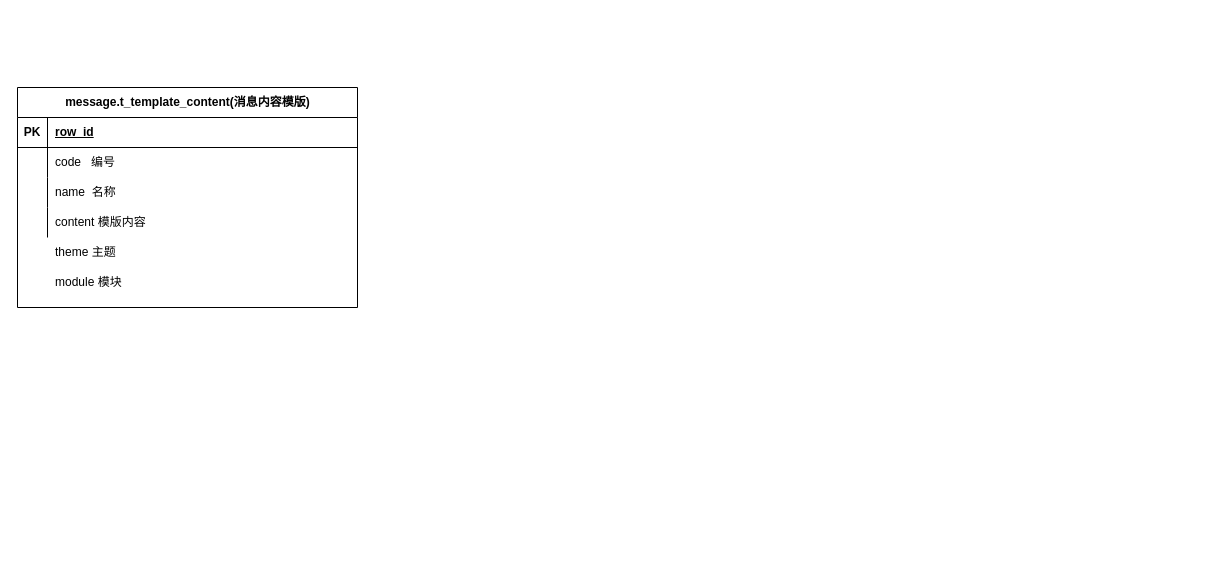
Earlier version of the draw.io diagram page "第 16 页" (16 of 16) of Untitled Diagram.drawio (JnCaoxia/java-learn). Source tidied: cells renumbered, new cells numbered last; positions are measured from the earlier drawing's top-left corner, leaving out a move shared by most shapes. Both pictures are drawn from the tidied source at 100%, with x=0, y=0 at pixel (17, 87).
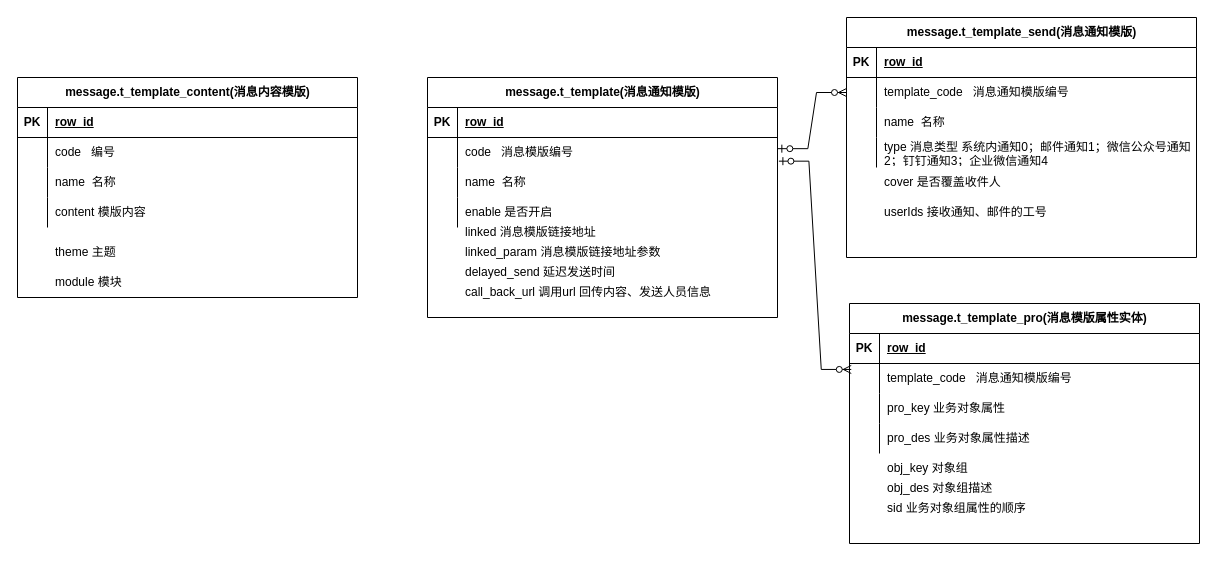
Above is the later version.

What changed in the source:
```diff
@@
     <mxCell id="2" value="message.t_template_content(消息内容模版)" style="shape=table;startSize=30;childLayout=tableLayout;rowLines=0;fontStyle=1;align=center;html=1;" parent="1" vertex="1">
-      <mxGeometry width="340" height="220" as="geometry" />
+      <mxGeometry y="-10" width="340" height="220" as="geometry" />
     </mxCell>
@@
+    <mxCell id="17" value="message.t_template(消息通知模版)" style="shape=table;startSize=30;childLayout=tableLayout;rowLines=0;fontStyle=1;align=center;html=1;" parent="1" vertex="1">
+      <mxGeometry x="410" y="-10" width="350" height="240" as="geometry" />
+    </mxCell>
+    <mxCell id="18" style="shape=tableRow;horizontal=0;startSize=0;swimlaneHead=0;swimlaneBody=0;fillColor=none;top=0;left=0;right=0;bottom=1;" parent="17" vertex="1">
+      <mxGeometry y="30" width="350" height="30" as="geometry" />
+    </mxCell>
+    <mxCell id="19" value="PK" style="shape=partialRectangle;fillColor=none;top=0;left=0;bottom=0;right=0;fontStyle=1;overflow=hidden;whiteSpace=wrap;html=1;" parent="18" vertex="1">
+      <mxGeometry width="30" height="30" as="geometry" />
+    </mxCell>
+    <mxCell id="20" value="row_id" style="shape=partialRectangle;fillColor=none;top=0;left=0;bottom=0;right=0;align=left;spacingLeft=6;fontStyle=5;overflow=hidden;whiteSpace=wrap;html=1;" parent="18" vertex="1">
+      <mxGeometry x="30" width="320" height="30" as="geometry" />
+    </mxCell>
+    <mxCell id="21" style="shape=tableRow;horizontal=0;startSize=0;swimlaneHead=0;swimlaneBody=0;fillColor=none;points=[[0,0.5],[1,0.5]];portConstraint=eastwest;top=0;left=0;right=0;bottom=0;" parent="17" vertex="1">
+      <mxGeometry y="60" width="350" height="30" as="geometry" />
+    </mxCell>
+    <mxCell id="22" style="shape=partialRectangle;fillColor=none;top=0;left=0;bottom=0;right=0;overflow=hidden;whiteSpace=wrap;html=1;" parent="21" vertex="1">
+      <mxGeometry width="30" height="30" as="geometry" />
+    </mxCell>
+    <mxCell id="23" value="code&amp;nbsp; &amp;nbsp;消息模版编号" style="shape=partialRectangle;fillColor=none;top=0;left=0;bottom=0;right=0;align=left;spacingLeft=6;overflow=hidden;whiteSpace=wrap;html=1;" parent="21" vertex="1">
+      <mxGeometry x="30" width="320" height="30" as="geometry" />
+    </mxCell>
+    <mxCell id="24" style="shape=tableRow;horizontal=0;startSize=0;swimlaneHead=0;swimlaneBody=0;fillColor=none;top=0;left=0;right=0;bottom=0;" parent="17" vertex="1">
+      <mxGeometry y="90" width="350" height="30" as="geometry" />
+    </mxCell>
+    <mxCell id="25" style="shape=partialRectangle;fillColor=none;top=0;left=0;bottom=0;right=0;overflow=hidden;whiteSpace=wrap;html=1;" parent="24" vertex="1">
+      <mxGeometry width="30" height="30" as="geometry" />
+    </mxCell>
+    <mxCell id="26" value="name&amp;nbsp; 名称" style="shape=partialRectangle;fillColor=none;top=0;left=0;bottom=0;right=0;align=left;spacingLeft=6;overflow=hidden;whiteSpace=wrap;html=1;" parent="24" vertex="1">
+      <mxGeometry x="30" width="320" height="30" as="geometry" />
+    </mxCell>
+    <mxCell id="27" style="shape=tableRow;horizontal=0;startSize=0;swimlaneHead=0;swimlaneBody=0;fillColor=none;top=0;left=0;right=0;bottom=0;" parent="17" vertex="1">
+      <mxGeometry y="120" width="350" height="30" as="geometry" />
+    </mxCell>
+    <mxCell id="28" style="shape=partialRectangle;fillColor=none;top=0;left=0;bottom=0;right=0;overflow=hidden;whiteSpace=wrap;html=1;" parent="27" vertex="1">
+      <mxGeometry width="30" height="30" as="geometry" />
+    </mxCell>
+    <mxCell id="29" value="enable 是否开启" style="shape=partialRectangle;fillColor=none;top=0;left=0;bottom=0;right=0;align=left;spacingLeft=6;overflow=hidden;whiteSpace=wrap;html=1;" parent="27" vertex="1">
+      <mxGeometry x="30" width="320" height="30" as="geometry" />
+    </mxCell>
+    <mxCell id="30" value="linked 消息模版链接地址" style="shape=partialRectangle;fillColor=none;top=0;left=0;bottom=0;right=0;align=left;spacingLeft=6;overflow=hidden;whiteSpace=wrap;html=1;" parent="1" vertex="1">
+      <mxGeometry x="440" y="130" width="310" height="30" as="geometry" />
+    </mxCell>
+    <mxCell id="31" value="linked_param 消息模版链接地址参数" style="shape=partialRectangle;fillColor=none;top=0;left=0;bottom=0;right=0;align=left;spacingLeft=6;overflow=hidden;whiteSpace=wrap;html=1;" parent="1" vertex="1">
+      <mxGeometry x="440" y="150" width="310" height="30" as="geometry" />
+    </mxCell>
+    <mxCell id="32" value="delayed_send 延迟发送时间" style="shape=partialRectangle;fillColor=none;top=0;left=0;bottom=0;right=0;align=left;spacingLeft=6;overflow=hidden;whiteSpace=wrap;html=1;" parent="1" vertex="1">
+      <mxGeometry x="440" y="170" width="310" height="30" as="geometry" />
+    </mxCell>
+    <mxCell id="33" value="call_back_url 调用url 回传内容、发送人员信息&amp;nbsp;" style="shape=partialRectangle;fillColor=none;top=0;left=0;bottom=0;right=0;align=left;spacingLeft=6;overflow=hidden;whiteSpace=wrap;html=1;" parent="1" vertex="1">
+      <mxGeometry x="440" y="190" width="310" height="30" as="geometry" />
+    </mxCell>
+    <mxCell id="34" value="message.t_template_send(消息通知模版)" style="shape=table;startSize=30;childLayout=tableLayout;rowLines=0;fontStyle=1;align=center;html=1;" parent="1" vertex="1">
+      <mxGeometry x="829" y="-70" width="350" height="240" as="geometry" />
+    </mxCell>
+    <mxCell id="35" style="shape=tableRow;horizontal=0;startSize=0;swimlaneHead=0;swimlaneBody=0;fillColor=none;top=0;left=0;right=0;bottom=1;" parent="34" vertex="1">
+      <mxGeometry y="30" width="350" height="30" as="geometry" />
+    </mxCell>
+    <mxCell id="36" value="PK" style="shape=partialRectangle;fillColor=none;top=0;left=0;bottom=0;right=0;fontStyle=1;overflow=hidden;whiteSpace=wrap;html=1;" parent="35" vertex="1">
+      <mxGeometry width="30" height="30" as="geometry" />
+    </mxCell>
+    <mxCell id="37" value="row_id" style="shape=partialRectangle;fillColor=none;top=0;left=0;bottom=0;right=0;align=left;spacingLeft=6;fontStyle=5;overflow=hidden;whiteSpace=wrap;html=1;" parent="35" vertex="1">
+      <mxGeometry x="30" width="320" height="30" as="geometry" />
+    </mxCell>
+    <mxCell id="38" style="shape=tableRow;horizontal=0;startSize=0;swimlaneHead=0;swimlaneBody=0;fillColor=none;points=[[0,0.5],[1,0.5]];portConstraint=eastwest;top=0;left=0;right=0;bottom=0;" parent="34" vertex="1">
+      <mxGeometry y="60" width="350" height="30" as="geometry" />
+    </mxCell>
+    <mxCell id="39" style="shape=partialRectangle;fillColor=none;top=0;left=0;bottom=0;right=0;overflow=hidden;whiteSpace=wrap;html=1;" parent="38" vertex="1">
+      <mxGeometry width="30" height="30" as="geometry" />
+    </mxCell>
+    <mxCell id="40" value="template_code&amp;nbsp; &amp;nbsp;消息通知模版编号" style="shape=partialRectangle;fillColor=none;top=0;left=0;bottom=0;right=0;align=left;spacingLeft=6;overflow=hidden;whiteSpace=wrap;html=1;" parent="38" vertex="1">
+      <mxGeometry x="30" width="320" height="30" as="geometry" />
+    </mxCell>
+    <mxCell id="41" style="shape=tableRow;horizontal=0;startSize=0;swimlaneHead=0;swimlaneBody=0;fillColor=none;top=0;left=0;right=0;bottom=0;" parent="34" vertex="1">
+      <mxGeometry y="90" width="350" height="30" as="geometry" />
+    </mxCell>
+    <mxCell id="42" style="shape=partialRectangle;fillColor=none;top=0;left=0;bottom=0;right=0;overflow=hidden;whiteSpace=wrap;html=1;" parent="41" vertex="1">
+      <mxGeometry width="30" height="30" as="geometry" />
+    </mxCell>
+    <mxCell id="43" value="name&amp;nbsp; 名称" style="shape=partialRectangle;fillColor=none;top=0;left=0;bottom=0;right=0;align=left;spacingLeft=6;overflow=hidden;whiteSpace=wrap;html=1;" parent="41" vertex="1">
+      <mxGeometry x="30" width="320" height="30" as="geometry" />
+    </mxCell>
+    <mxCell id="44" style="shape=tableRow;horizontal=0;startSize=0;swimlaneHead=0;swimlaneBody=0;fillColor=none;top=0;left=0;right=0;bottom=0;" parent="34" vertex="1">
+      <mxGeometry y="120" width="350" height="30" as="geometry" />
+    </mxCell>
+    <mxCell id="45" style="shape=partialRectangle;fillColor=none;top=0;left=0;bottom=0;right=0;overflow=hidden;whiteSpace=wrap;html=1;" parent="44" vertex="1">
+      <mxGeometry width="30" height="30" as="geometry" />
+    </mxCell>
+    <mxCell id="46" value="type 消息类型 系统内通知0；邮件通知1；微信公众号通知2；钉钉通知3；企业微信通知4" style="shape=partialRectangle;fillColor=none;top=0;left=0;bottom=0;right=0;align=left;spacingLeft=6;overflow=hidden;whiteSpace=wrap;html=1;" parent="44" vertex="1">
+      <mxGeometry x="30" width="320" height="30" as="geometry" />
+    </mxCell>
+    <mxCell id="47" value="cover 是否覆盖收件人" style="shape=partialRectangle;fillColor=none;top=0;left=0;bottom=0;right=0;align=left;spacingLeft=6;overflow=hidden;whiteSpace=wrap;html=1;" parent="1" vertex="1">
+      <mxGeometry x="859" y="80" width="320" height="30" as="geometry" />
+    </mxCell>
+    <mxCell id="48" value="userIds 接收通知、邮件的工号" style="shape=partialRectangle;fillColor=none;top=0;left=0;bottom=0;right=0;align=left;spacingLeft=6;overflow=hidden;whiteSpace=wrap;html=1;" parent="1" vertex="1">
+      <mxGeometry x="859" y="110" width="320" height="30" as="geometry" />
+    </mxCell>
+    <mxCell id="49" style="shape=partialRectangle;fillColor=none;top=0;left=0;bottom=0;right=0;align=left;spacingLeft=6;overflow=hidden;whiteSpace=wrap;html=1;" parent="1" vertex="1">
+      <mxGeometry x="859" y="140" width="320" height="30" as="geometry" />
+    </mxCell>
+    <mxCell id="50" style="edgeStyle=entityRelationEdgeStyle;fontSize=12;html=1;endArrow=ERzeroToMany;startArrow=ERzeroToOne;rounded=0;exitX=1.001;exitY=0.372;exitDx=0;exitDy=0;exitPerimeter=0;entryX=0;entryY=0.5;entryDx=0;entryDy=0;" parent="1" edge="1" source="21" target="38">
+      <mxGeometry relative="1" as="geometry" />
+    </mxCell>
+    <mxCell id="51" value="message.t_template_pro(消息模版属性实体)" style="shape=table;startSize=30;childLayout=tableLayout;rowLines=0;fontStyle=1;align=center;html=1;" parent="1" vertex="1">
+      <mxGeometry x="832" y="216" width="350" height="240" as="geometry" />
+    </mxCell>
+    <mxCell id="52" style="shape=tableRow;horizontal=0;startSize=0;swimlaneHead=0;swimlaneBody=0;fillColor=none;top=0;left=0;right=0;bottom=1;" parent="51" vertex="1">
+      <mxGeometry y="30" width="350" height="30" as="geometry" />
+    </mxCell>
+    <mxCell id="53" value="PK" style="shape=partialRectangle;fillColor=none;top=0;left=0;bottom=0;right=0;fontStyle=1;overflow=hidden;whiteSpace=wrap;html=1;" parent="52" vertex="1">
+      <mxGeometry width="30" height="30" as="geometry" />
+    </mxCell>
+    <mxCell id="54" value="row_id" style="shape=partialRectangle;fillColor=none;top=0;left=0;bottom=0;right=0;align=left;spacingLeft=6;fontStyle=5;overflow=hidden;whiteSpace=wrap;html=1;" parent="52" vertex="1">
+      <mxGeometry x="30" width="320" height="30" as="geometry" />
+    </mxCell>
+    <mxCell id="55" style="shape=tableRow;horizontal=0;startSize=0;swimlaneHead=0;swimlaneBody=0;fillColor=none;points=[[0,0.5],[1,0.5]];portConstraint=eastwest;top=0;left=0;right=0;bottom=0;" parent="51" vertex="1">
+      <mxGeometry y="60" width="350" height="30" as="geometry" />
+    </mxCell>
+    <mxCell id="56" style="shape=partialRectangle;fillColor=none;top=0;left=0;bottom=0;right=0;overflow=hidden;whiteSpace=wrap;html=1;" parent="55" vertex="1">
+      <mxGeometry width="30" height="30" as="geometry" />
+    </mxCell>
+    <mxCell id="57" value="template_code&amp;nbsp; &amp;nbsp;消息通知模版编号" style="shape=partialRectangle;fillColor=none;top=0;left=0;bottom=0;right=0;align=left;spacingLeft=6;overflow=hidden;whiteSpace=wrap;html=1;" parent="55" vertex="1">
+      <mxGeometry x="30" width="320" height="30" as="geometry" />
+    </mxCell>
+    <mxCell id="58" style="shape=tableRow;horizontal=0;startSize=0;swimlaneHead=0;swimlaneBody=0;fillColor=none;top=0;left=0;right=0;bottom=0;" parent="51" vertex="1">
+      <mxGeometry y="90" width="350" height="30" as="geometry" />
+    </mxCell>
+    <mxCell id="59" style="shape=partialRectangle;fillColor=none;top=0;left=0;bottom=0;right=0;overflow=hidden;whiteSpace=wrap;html=1;" parent="58" vertex="1">
+      <mxGeometry width="30" height="30" as="geometry" />
+    </mxCell>
+    <mxCell id="60" value="pro_key 业务对象属性" style="shape=partialRectangle;fillColor=none;top=0;left=0;bottom=0;right=0;align=left;spacingLeft=6;overflow=hidden;whiteSpace=wrap;html=1;" parent="58" vertex="1">
+      <mxGeometry x="30" width="320" height="30" as="geometry" />
+    </mxCell>
+    <mxCell id="61" style="shape=tableRow;horizontal=0;startSize=0;swimlaneHead=0;swimlaneBody=0;fillColor=none;top=0;left=0;right=0;bottom=0;" parent="51" vertex="1">
+      <mxGeometry y="120" width="350" height="30" as="geometry" />
+    </mxCell>
+    <mxCell id="62" style="shape=partialRectangle;fillColor=none;top=0;left=0;bottom=0;right=0;overflow=hidden;whiteSpace=wrap;html=1;" parent="61" vertex="1">
+      <mxGeometry width="30" height="30" as="geometry" />
+    </mxCell>
+    <mxCell id="63" style="shape=partialRectangle;fillColor=none;top=0;left=0;bottom=0;right=0;align=left;spacingLeft=6;overflow=hidden;whiteSpace=wrap;html=1;" parent="61" vertex="1">
+      <mxGeometry x="30" width="320" height="30" as="geometry" />
+    </mxCell>
+    <mxCell id="64" value="pro_des 业务对象属性描述" style="shape=partialRectangle;fillColor=none;top=0;left=0;bottom=0;right=0;align=left;spacingLeft=6;overflow=hidden;whiteSpace=wrap;html=1;" parent="1" vertex="1">
+      <mxGeometry x="862" y="336" width="320" height="30" as="geometry" />
+    </mxCell>
+    <mxCell id="65" value="obj_key 对象组" style="shape=partialRectangle;fillColor=none;top=0;left=0;bottom=0;right=0;align=left;spacingLeft=6;overflow=hidden;whiteSpace=wrap;html=1;" parent="1" vertex="1">
+      <mxGeometry x="862" y="366" width="320" height="30" as="geometry" />
+    </mxCell>
+    <mxCell id="66" value="obj_des 对象组描述" style="shape=partialRectangle;fillColor=none;top=0;left=0;bottom=0;right=0;align=left;spacingLeft=6;overflow=hidden;whiteSpace=wrap;html=1;" parent="1" vertex="1">
+      <mxGeometry x="862" y="386" width="320" height="30" as="geometry" />
+    </mxCell>
+    <mxCell id="67" value="sid 业务对象组属性的顺序" style="shape=partialRectangle;fillColor=none;top=0;left=0;bottom=0;right=0;align=left;spacingLeft=6;overflow=hidden;whiteSpace=wrap;html=1;" parent="1" vertex="1">
+      <mxGeometry x="862" y="406" width="320" height="30" as="geometry" />
+    </mxCell>
+    <mxCell id="68" style="edgeStyle=entityRelationEdgeStyle;fontSize=12;html=1;endArrow=ERzeroToMany;startArrow=ERzeroToOne;rounded=0;exitX=1.004;exitY=0.789;exitDx=0;exitDy=0;exitPerimeter=0;entryX=0.005;entryY=0.198;entryDx=0;entryDy=0;entryPerimeter=0;" parent="1" edge="1" source="21" target="55">
+      <mxGeometry relative="1" as="geometry">
+        <Array as="points">
+          <mxPoint x="840" y="300" />
+          <mxPoint x="840" y="310" />
+        </Array>
+      </mxGeometry>
+    </mxCell>
```
